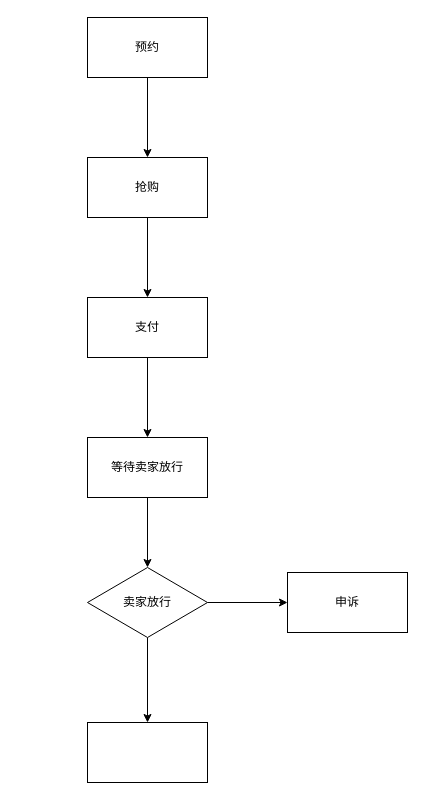
The draw.io diagram Untitled Diagram.drawio in xwls/draw, before the edit. Source tidied: cells renumbered, new cells numbered last; positions are measured from the earlier drawing's top-left corner, leaving out a move shared by most shapes. Both pictures are drawn from the tidied source at 100%, with x=0, y=0 at pixel (87, 17).
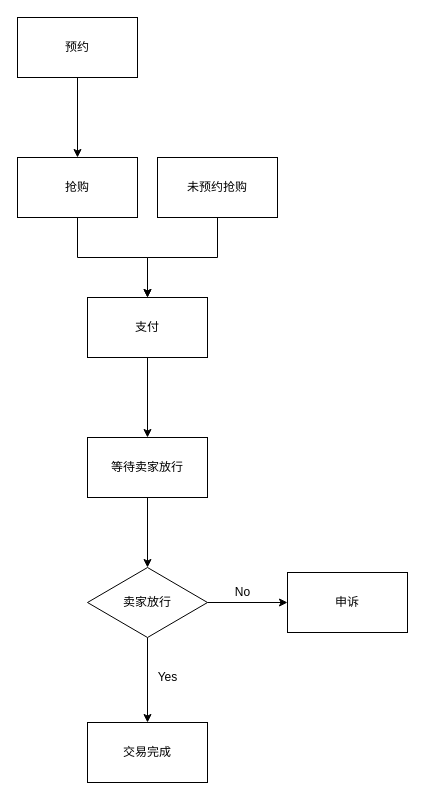
After the change.

What changed in the source:
```diff
@@
 <mxGraphModel>
   <root>
     <mxCell id="0" />
     <mxCell id="1" parent="0" />
     <mxCell id="2" style="edgeStyle=orthogonalEdgeStyle;rounded=0;jettySize=auto;html=1;" parent="1" edge="1" source="3" target="5">
       <mxGeometry relative="1" as="geometry" />
     </mxCell>
     <mxCell id="3" value="预约" style="rounded=0;whiteSpace=wrap;html=1;" parent="1" vertex="1">
-      <mxGeometry width="120" height="60" as="geometry" />
+      <mxGeometry x="-70" width="120" height="60" as="geometry" />
     </mxCell>
     <mxCell id="4" style="edgeStyle=orthogonalEdgeStyle;rounded=0;jettySize=auto;html=1;" parent="1" edge="1" source="5" target="7">
       <mxGeometry relative="1" as="geometry" />
     </mxCell>
     <mxCell id="5" value="抢购" style="rounded=0;whiteSpace=wrap;html=1;" parent="1" vertex="1">
-      <mxGeometry y="140" width="120" height="60" as="geometry" />
+      <mxGeometry x="-70" y="140" width="120" height="60" as="geometry" />
     </mxCell>
     <mxCell id="6" style="edgeStyle=orthogonalEdgeStyle;rounded=0;jettySize=auto;html=1;" parent="1" edge="1" source="7" target="9">
       <mxGeometry relative="1" as="geometry" />
     </mxCell>
     <mxCell id="7" value="支付" style="rounded=0;whiteSpace=wrap;html=1;" parent="1" vertex="1">
       <mxGeometry y="280" width="120" height="60" as="geometry" />
     </mxCell>
     <mxCell id="8" style="edgeStyle=orthogonalEdgeStyle;rounded=0;jettySize=auto;html=1;" parent="1" edge="1" source="9" target="12">
       <mxGeometry relative="1" as="geometry" />
     </mxCell>
     <mxCell id="9" value="等待卖家放行" style="rounded=0;whiteSpace=wrap;html=1;" parent="1" vertex="1">
       <mxGeometry y="420" width="120" height="60" as="geometry" />
     </mxCell>
     <mxCell id="10" style="edgeStyle=orthogonalEdgeStyle;rounded=0;jettySize=auto;html=1;" parent="1" edge="1" source="12" target="13">
       <mxGeometry relative="1" as="geometry" />
     </mxCell>
     <mxCell id="11" style="edgeStyle=orthogonalEdgeStyle;rounded=0;jettySize=auto;html=1;" parent="1" edge="1" source="12" target="14">
       <mxGeometry relative="1" as="geometry" />
     </mxCell>
     <mxCell id="12" value="卖家放行" style="rhombus;whiteSpace=wrap;html=1;rounded=0;" parent="1" vertex="1">
       <mxGeometry y="550" width="120" height="70" as="geometry" />
     </mxCell>
     <mxCell id="13" value="申诉" style="whiteSpace=wrap;html=1;rounded=0;" parent="1" vertex="1">
       <mxGeometry x="200" y="555" width="120" height="60" as="geometry" />
     </mxCell>
-    <mxCell id="14" style="whiteSpace=wrap;html=1;rounded=0;" parent="1" vertex="1">
+    <mxCell id="14" value="交易完成" style="whiteSpace=wrap;html=1;rounded=0;" parent="1" vertex="1">
       <mxGeometry y="705" width="120" height="60" as="geometry" />
     </mxCell>
+    <mxCell id="15" value="No" style="text;html=1;align=center;verticalAlign=middle;" parent="1" vertex="1">
+      <mxGeometry x="140" y="565" width="30" height="20" as="geometry" />
+    </mxCell>
+    <mxCell id="16" value="Yes" style="text;html=1;align=center;verticalAlign=middle;" parent="1" vertex="1">
+      <mxGeometry x="60" y="650" width="40" height="20" as="geometry" />
+    </mxCell>
+    <mxCell id="17" style="edgeStyle=orthogonalEdgeStyle;rounded=0;jettySize=auto;html=1;exitX=0.5;exitY=1;exitDx=0;exitDy=0;entryX=0.5;entryY=0;entryDx=0;entryDy=0;" parent="1" edge="1" source="18" target="7">
+      <mxGeometry relative="1" as="geometry" />
+    </mxCell>
+    <mxCell id="18" value="未预约抢购" style="whiteSpace=wrap;html=1;" parent="1" vertex="1">
+      <mxGeometry x="70" y="140" width="120" height="60" as="geometry" />
+    </mxCell>
   </root>
 </mxGraphModel>
```
